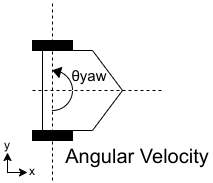
The draw.io diagram images/RobotGuidance_angular_velocity.png in Ryusei-Baba/thesis, before a commit. Source tidied: cells renumbered, new cells last; positions are measured from the earlier drawing's top-left corner, leaving out a move shared by most shapes.
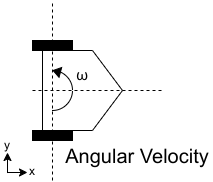
After the commit.

Change to the diagram source:
```diff
@@ -53,8 +53,8 @@
     <mxCell id="14" value="y" style="text;html=1;strokeColor=none;fillColor=none;align=center;verticalAlign=middle;whiteSpace=wrap;rounded=0;" parent="10" vertex="1">
       <mxGeometry width="10" height="10" as="geometry" />
     </mxCell>
-    <mxCell id="15" value="&lt;font style=&quot;font-size: 15px;&quot;&gt;θyaw&lt;br&gt;&lt;/font&gt;" style="text;html=1;strokeColor=none;fillColor=none;align=center;verticalAlign=middle;whiteSpace=wrap;rounded=0;" parent="1" vertex="1">
-      <mxGeometry x="82" y="70" width="10" height="10" as="geometry" />
+    <mxCell id="15" value="&lt;font style=&quot;font-size: 15px;&quot;&gt;ω&lt;br&gt;&lt;/font&gt;" style="text;html=1;strokeColor=none;fillColor=none;align=center;verticalAlign=middle;whiteSpace=wrap;rounded=0;" parent="1" vertex="1">
+      <mxGeometry x="75" y="69" width="10" height="10" as="geometry" />
     </mxCell>
   </root>
 </mxGraphModel>
```
